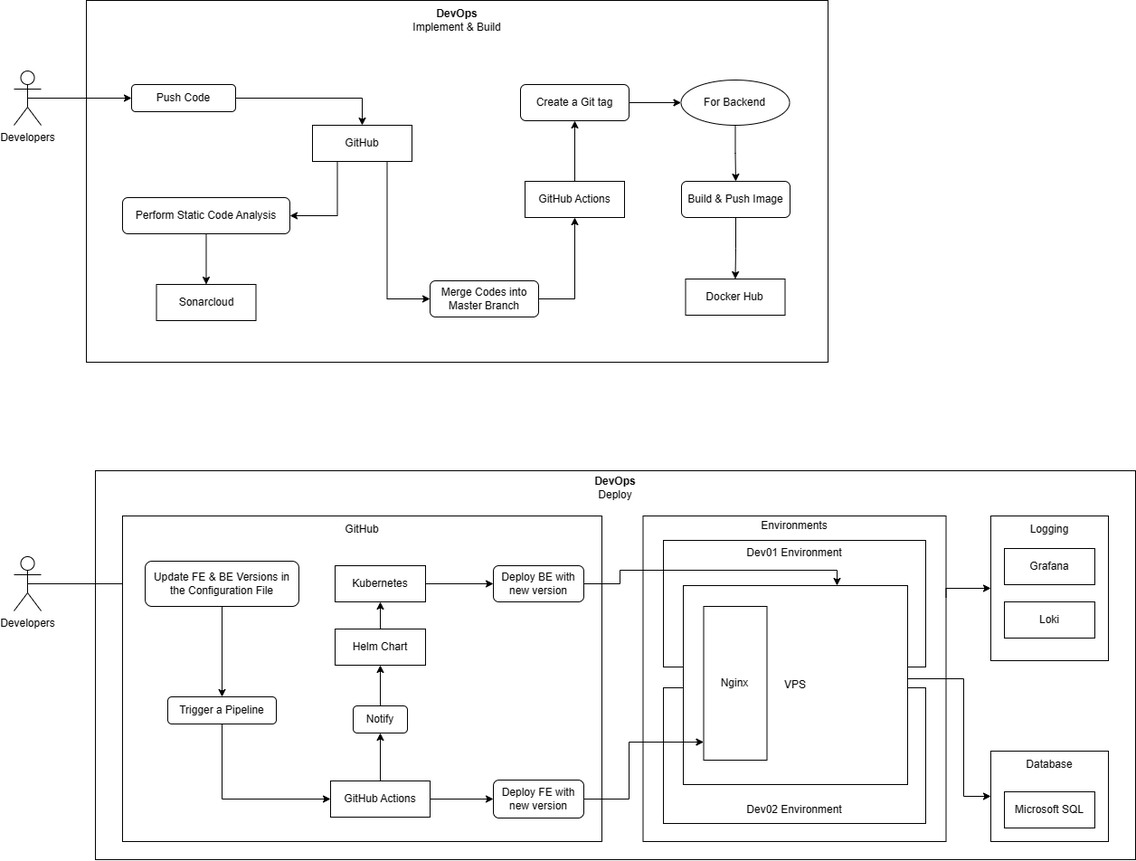
Earlier version of the draw.io export Report7/SDD/System-Design/System-Architecture/DevOps-T4-15.drawio.png (f-pms/Document). Source tidied: cells renumbered, new cells last; positions are measured from the earlier drawing's top-left corner, leaving out a move shared by most shapes.
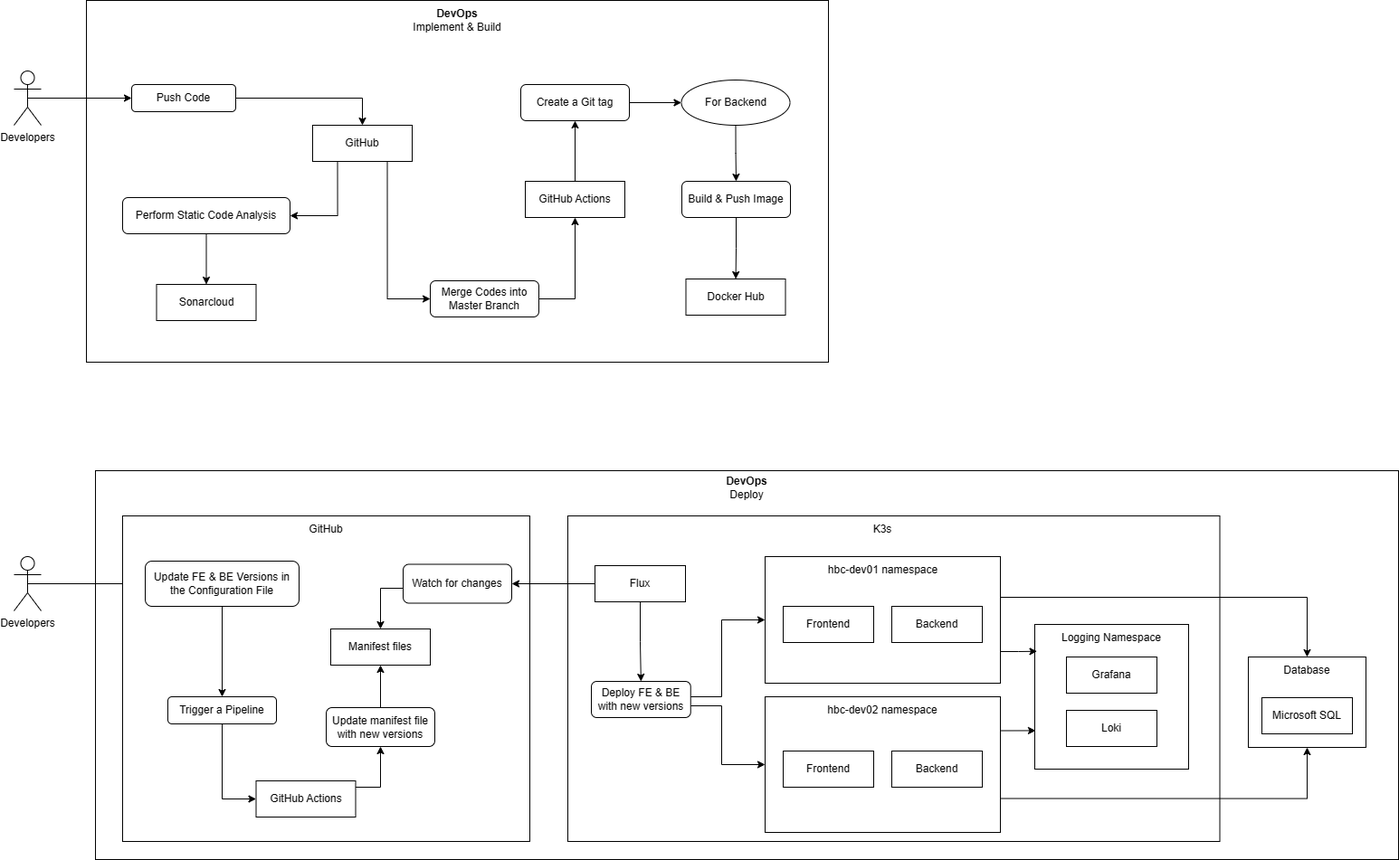
The same diagram one commit later.

Commit message:
update DevOps architecture diagram

Change to the diagram source:
```diff
@@ -6,10 +6,10 @@
       <mxGeometry x="80" width="820" height="400" as="geometry" />
     </mxCell>
     <mxCell id="3" style="rounded=0;whiteSpace=wrap;html=1;" parent="1" vertex="1">
-      <mxGeometry x="90" y="520" width="1150" height="430" as="geometry" />
+      <mxGeometry x="90" y="520" width="1440" height="430" as="geometry" />
     </mxCell>
     <mxCell id="4" value="&lt;b&gt;DevOps&lt;br&gt;&lt;/b&gt;&lt;div&gt;Deploy&lt;/div&gt;" style="text;html=1;align=center;verticalAlign=middle;whiteSpace=wrap;rounded=0;" parent="1" vertex="1">
-      <mxGeometry x="610" y="524" width="110" height="30" as="geometry" />
+      <mxGeometry x="755" y="524" width="110" height="30" as="geometry" />
     </mxCell>
     <mxCell id="5" style="edgeStyle=orthogonalEdgeStyle;rounded=0;jettySize=auto;html=1;exitX=0.5;exitY=0.5;exitDx=0;exitDy=0;exitPerimeter=0;" parent="1" edge="1" source="6" target="10">
       <mxGeometry relative="1" as="geometry" />
@@ -18,10 +18,10 @@
       <mxGeometry y="615" width="30" height="60" as="geometry" />
     </mxCell>
     <mxCell id="7" style="rounded=0;whiteSpace=wrap;html=1;" parent="1" vertex="1">
-      <mxGeometry x="120" y="570" width="530" height="360" as="geometry" />
+      <mxGeometry x="120" y="570" width="450" height="360" as="geometry" />
     </mxCell>
     <mxCell id="8" value="GitHub" style="text;html=1;align=center;verticalAlign=middle;whiteSpace=wrap;rounded=0;" parent="1" vertex="1">
-      <mxGeometry x="335" y="570" width="100" height="30" as="geometry" />
+      <mxGeometry x="295" y="570" width="100" height="30" as="geometry" />
     </mxCell>
     <mxCell id="9" style="edgeStyle=orthogonalEdgeStyle;rounded=0;jettySize=auto;html=1;entryX=0.5;entryY=0;entryDx=0;entryDy=0;" parent="1" edge="1" source="10" target="12">
       <mxGeometry relative="1" as="geometry" />
@@ -35,104 +35,81 @@
     <mxCell id="12" value="Trigger a Pipeline" style="rounded=1;whiteSpace=wrap;html=1;" parent="1" vertex="1">
       <mxGeometry x="170" y="770" width="120" height="30" as="geometry" />
     </mxCell>
-    <mxCell id="13" style="edgeStyle=orthogonalEdgeStyle;rounded=0;jettySize=auto;html=1;exitX=0.5;exitY=0;exitDx=0;exitDy=0;entryX=0.5;entryY=1;entryDx=0;entryDy=0;" parent="1" edge="1" source="15" target="18">
-      <mxGeometry relative="1" as="geometry" />
+    <mxCell id="13" style="edgeStyle=orthogonalEdgeStyle;rounded=0;jettySize=auto;html=1;entryX=0.5;entryY=1;entryDx=0;entryDy=0;" parent="1" edge="1" source="15" target="18">
+      <mxGeometry relative="1" as="geometry">
+        <Array as="points">
+          <mxPoint x="405" y="870" />
+        </Array>
+      </mxGeometry>
     </mxCell>
-    <mxCell id="14" style="edgeStyle=orthogonalEdgeStyle;rounded=0;jettySize=auto;html=1;exitX=1;exitY=0.5;exitDx=0;exitDy=0;entryX=0;entryY=0.5;entryDx=0;entryDy=0;" parent="1" edge="1" source="15" target="16">
-      <mxGeometry relative="1" as="geometry" />
-    </mxCell>
     <mxCell id="15" value="GitHub Actions" style="rounded=0;whiteSpace=wrap;html=1;" parent="1" vertex="1">
-      <mxGeometry x="350" y="863" width="110" height="40" as="geometry" />
+      <mxGeometry x="267.5" y="863" width="110" height="40" as="geometry" />
     </mxCell>
-    <mxCell id="16" value="Deploy FE with new version" style="rounded=1;whiteSpace=wrap;html=1;" parent="1" vertex="1">
-      <mxGeometry x="530" y="862" width="100" height="42" as="geometry" />
-    </mxCell>
-    <mxCell id="17" style="edgeStyle=orthogonalEdgeStyle;rounded=0;jettySize=auto;html=1;exitX=0.5;exitY=0;exitDx=0;exitDy=0;entryX=0.5;entryY=1;entryDx=0;entryDy=0;" parent="1" edge="1" source="18" target="20">
-      <mxGeometry relative="1" as="geometry" />
-    </mxCell>
+    <mxCell id="65" style="edgeStyle=orthogonalEdgeStyle;rounded=0;jettySize=auto;html=1;entryX=0.5;entryY=1;entryDx=0;entryDy=0;" parent="1" edge="1" source="18" target="69">
+      <mxGeometry relative="1" as="geometry" />
+    </mxCell>
-    <mxCell id="18" value="Notify" style="rounded=1;whiteSpace=wrap;html=1;" parent="1" vertex="1">
-      <mxGeometry x="375" y="780" width="60" height="30" as="geometry" />
+    <mxCell id="18" value="Update manifest file with new versions" style="rounded=1;whiteSpace=wrap;html=1;" parent="1" vertex="1">
+      <mxGeometry x="345" y="782" width="120" height="43" as="geometry" />
     </mxCell>
-    <mxCell id="19" style="edgeStyle=orthogonalEdgeStyle;rounded=0;jettySize=auto;html=1;exitX=0.5;exitY=0;exitDx=0;exitDy=0;entryX=0.5;entryY=1;entryDx=0;entryDy=0;" parent="1" edge="1" source="20" target="22">
-      <mxGeometry relative="1" as="geometry" />
-    </mxCell>
-    <mxCell id="20" value="Helm Chart" style="rounded=0;whiteSpace=wrap;html=1;" parent="1" vertex="1">
-      <mxGeometry x="355" y="695" width="100" height="40" as="geometry" />
-    </mxCell>
-    <mxCell id="21" style="edgeStyle=orthogonalEdgeStyle;rounded=0;jettySize=auto;html=1;exitX=1;exitY=0.5;exitDx=0;exitDy=0;entryX=0;entryY=0.5;entryDx=0;entryDy=0;" parent="1" edge="1" source="22" target="25">
-      <mxGeometry relative="1" as="geometry" />
-    </mxCell>
-    <mxCell id="22" value="Kubernetes" style="rounded=0;whiteSpace=wrap;html=1;" parent="1" vertex="1">
-      <mxGeometry x="355" y="625" width="100" height="40" as="geometry" />
-    </mxCell>
+    <mxCell id="66" style="edgeStyle=orthogonalEdgeStyle;rounded=0;jettySize=auto;html=1;exitX=1;exitY=0.75;exitDx=0;exitDy=0;entryX=0.5;entryY=1;entryDx=0;entryDy=0;" parent="1" edge="1" source="23" target="29">
+      <mxGeometry relative="1" as="geometry" />
+    </mxCell>
     <mxCell id="23" style="rounded=0;whiteSpace=wrap;html=1;fillColor=none;" parent="1" vertex="1">
-      <mxGeometry x="718" y="760" width="290" height="150" as="geometry" />
+      <mxGeometry x="830" y="770" width="260" height="150" as="geometry" />
     </mxCell>
-    <mxCell id="24" style="edgeStyle=orthogonalEdgeStyle;rounded=0;jettySize=auto;html=1;" parent="1" edge="1" source="25" target="39">
-      <mxGeometry relative="1" as="geometry">
-        <Array as="points">
-          <mxPoint x="670" y="645" />
-          <mxPoint x="670" y="630" />
-          <mxPoint x="910" y="630" />
-        </Array>
-      </mxGeometry>
-    </mxCell>
+    <mxCell id="67" style="edgeStyle=orthogonalEdgeStyle;rounded=0;jettySize=auto;html=1;entryX=0;entryY=0.5;entryDx=0;entryDy=0;" parent="1" edge="1" source="25" target="23">
+      <mxGeometry relative="1" as="geometry">
+        <Array as="points">
+          <mxPoint x="782" y="780" />
+          <mxPoint x="782" y="845" />
+        </Array>
+      </mxGeometry>
+    </mxCell>
-    <mxCell id="25" value="Deploy BE with new version" style="rounded=1;whiteSpace=wrap;html=1;" parent="1" vertex="1">
-      <mxGeometry x="530" y="625" width="100" height="40" as="geometry" />
+    <mxCell id="25" value="Deploy FE &amp;amp; BE with new versions" style="rounded=1;whiteSpace=wrap;html=1;" parent="1" vertex="1">
+      <mxGeometry x="638" y="753" width="109.8" height="40" as="geometry" />
     </mxCell>
+    <mxCell id="68" style="edgeStyle=orthogonalEdgeStyle;rounded=0;jettySize=auto;html=1;" parent="1" edge="1" source="26" target="29">
+      <mxGeometry relative="1" as="geometry">
+        <Array as="points">
+          <mxPoint x="1429" y="660" />
+        </Array>
+      </mxGeometry>
+    </mxCell>
     <mxCell id="26" style="rounded=0;whiteSpace=wrap;html=1;fillColor=none;" parent="1" vertex="1">
-      <mxGeometry x="718" y="597" width="290" height="140" as="geometry" />
+      <mxGeometry x="830" y="615" width="260" height="140" as="geometry" />
     </mxCell>
-    <mxCell id="27" value="Dev01 Environment" style="text;html=1;align=center;verticalAlign=middle;whiteSpace=wrap;rounded=0;" parent="1" vertex="1">
-      <mxGeometry x="808" y="596" width="110" height="30" as="geometry" />
+    <mxCell id="27" value="hbc-dev01 namespace" style="text;html=1;align=center;verticalAlign=middle;whiteSpace=wrap;rounded=0;" parent="1" vertex="1">
+      <mxGeometry x="892.5" y="615" width="135" height="30" as="geometry" />
     </mxCell>
-    <mxCell id="28" value="Dev02 Environment" style="text;html=1;align=center;verticalAlign=middle;whiteSpace=wrap;rounded=0;" parent="1" vertex="1">
-      <mxGeometry x="808" y="880" width="110" height="30" as="geometry" />
+    <mxCell id="28" value="hbc-dev02 namespace" style="text;html=1;align=center;verticalAlign=middle;whiteSpace=wrap;rounded=0;" parent="1" vertex="1">
+      <mxGeometry x="890" y="770" width="140" height="30" as="geometry" />
     </mxCell>
     <mxCell id="29" style="rounded=0;whiteSpace=wrap;html=1;" parent="1" vertex="1">
-      <mxGeometry x="1080" y="830" width="130" height="100" as="geometry" />
+      <mxGeometry x="1364" y="726" width="130" height="100" as="geometry" />
     </mxCell>
     <mxCell id="30" value="Database" style="text;html=1;align=center;verticalAlign=middle;whiteSpace=wrap;rounded=0;" parent="1" vertex="1">
-      <mxGeometry x="1090" y="830" width="110" height="30" as="geometry" />
+      <mxGeometry x="1374" y="726" width="110" height="30" as="geometry" />
     </mxCell>
     <mxCell id="31" value="Microsoft SQL" style="rounded=0;whiteSpace=wrap;html=1;" parent="1" vertex="1">
-      <mxGeometry x="1095" y="875" width="100" height="40" as="geometry" />
+      <mxGeometry x="1379" y="771" width="100" height="40" as="geometry" />
     </mxCell>
     <mxCell id="32" style="rounded=0;whiteSpace=wrap;html=1;" parent="1" vertex="1">
-      <mxGeometry x="1080" y="570" width="130" height="160" as="geometry" />
+      <mxGeometry x="1128" y="690" width="170" height="160" as="geometry" />
     </mxCell>
-    <mxCell id="33" value="Logging" style="text;html=1;align=center;verticalAlign=middle;whiteSpace=wrap;rounded=0;" parent="1" vertex="1">
-      <mxGeometry x="1090" y="570" width="110" height="30" as="geometry" />
+    <mxCell id="33" value="Logging Namespace" style="text;html=1;align=center;verticalAlign=middle;whiteSpace=wrap;rounded=0;" parent="1" vertex="1">
+      <mxGeometry x="1148" y="690" width="130" height="30" as="geometry" />
     </mxCell>
     <mxCell id="34" value="Grafana" style="rounded=0;whiteSpace=wrap;html=1;" parent="1" vertex="1">
-      <mxGeometry x="1095" y="606" width="100" height="40" as="geometry" />
+      <mxGeometry x="1163" y="726" width="100" height="40" as="geometry" />
     </mxCell>
     <mxCell id="35" value="Loki" style="rounded=0;whiteSpace=wrap;html=1;" parent="1" vertex="1">
-      <mxGeometry x="1095" y="665" width="100" height="40" as="geometry" />
+      <mxGeometry x="1163" y="785" width="100" height="40" as="geometry" />
     </mxCell>
-    <mxCell id="36" style="edgeStyle=orthogonalEdgeStyle;rounded=0;jettySize=auto;html=1;exitX=1;exitY=0.25;exitDx=0;exitDy=0;entryX=0;entryY=0.5;entryDx=0;entryDy=0;" parent="1" edge="1" source="37" target="32">
-      <mxGeometry relative="1" as="geometry">
-        <Array as="points">
-          <mxPoint x="1031" y="650" />
-        </Array>
-      </mxGeometry>
-    </mxCell>
     <mxCell id="37" style="rounded=0;whiteSpace=wrap;html=1;fillColor=none;" parent="1" vertex="1">
-      <mxGeometry x="695.5" y="570" width="335" height="360" as="geometry" />
+      <mxGeometry x="612" y="570" width="720.5" height="360" as="geometry" />
     </mxCell>
-    <mxCell id="38" style="edgeStyle=orthogonalEdgeStyle;rounded=0;jettySize=auto;html=1;" parent="1" edge="1" source="39" target="29">
-      <mxGeometry relative="1" as="geometry">
-        <Array as="points">
-          <mxPoint x="1050" y="750" />
-          <mxPoint x="1050" y="880" />
-        </Array>
-      </mxGeometry>
-    </mxCell>
-    <mxCell id="39" value="VPS" style="rounded=0;whiteSpace=wrap;html=1;" parent="1" vertex="1">
-      <mxGeometry x="740" y="647" width="248" height="220" as="geometry" />
-    </mxCell>
-    <mxCell id="40" value="Environments" style="text;html=1;align=center;verticalAlign=middle;whiteSpace=wrap;rounded=0;" parent="1" vertex="1">
-      <mxGeometry x="808" y="566" width="110" height="30" as="geometry" />
+    <mxCell id="40" value="K3s" style="text;html=1;align=center;verticalAlign=middle;whiteSpace=wrap;rounded=0;" parent="1" vertex="1">
+      <mxGeometry x="905" y="570" width="110" height="30" as="geometry" />
     </mxCell>
     <mxCell id="41" style="edgeStyle=orthogonalEdgeStyle;rounded=0;jettySize=auto;html=1;exitX=0.5;exitY=0.5;exitDx=0;exitDy=0;exitPerimeter=0;entryX=0;entryY=0.5;entryDx=0;entryDy=0;" parent="1" edge="1" source="42" target="45">
       <mxGeometry relative="1" as="geometry" />
@@ -200,16 +177,53 @@
     <mxCell id="62" value="Docker Hub" style="rounded=0;whiteSpace=wrap;html=1;" parent="1" vertex="1">
       <mxGeometry x="742.5" y="308" width="110" height="40" as="geometry" />
     </mxCell>
-    <mxCell id="63" value="Nginx" style="rounded=0;whiteSpace=wrap;html=1;" parent="1" vertex="1">
-      <mxGeometry x="762.5" y="670" width="70" height="170" as="geometry" />
-    </mxCell>
-    <mxCell id="64" style="edgeStyle=orthogonalEdgeStyle;rounded=0;jettySize=auto;html=1;" parent="1" edge="1" source="16" target="63">
-      <mxGeometry relative="1" as="geometry">
-        <Array as="points">
-          <mxPoint x="680" y="883" />
-          <mxPoint x="680" y="820" />
-        </Array>
-      </mxGeometry>
-    </mxCell>
+    <mxCell id="69" value="Manifest files" style="rounded=0;whiteSpace=wrap;html=1;" parent="1" vertex="1">
+      <mxGeometry x="350" y="695" width="110" height="40" as="geometry" />
+    </mxCell>
+    <mxCell id="70" style="edgeStyle=orthogonalEdgeStyle;rounded=0;jettySize=auto;html=1;entryX=0.5;entryY=0;entryDx=0;entryDy=0;" parent="1" edge="1" source="71" target="69">
+      <mxGeometry relative="1" as="geometry">
+        <Array as="points">
+          <mxPoint x="405" y="650" />
+        </Array>
+      </mxGeometry>
+    </mxCell>
+    <mxCell id="71" value="Watch for changes" style="rounded=1;whiteSpace=wrap;html=1;" parent="1" vertex="1">
+      <mxGeometry x="430" y="623.5" width="120" height="43" as="geometry" />
+    </mxCell>
+    <mxCell id="72" style="edgeStyle=orthogonalEdgeStyle;rounded=0;jettySize=auto;html=1;entryX=0;entryY=0.5;entryDx=0;entryDy=0;" parent="1" edge="1" source="25" target="26">
+      <mxGeometry relative="1" as="geometry">
+        <Array as="points">
+          <mxPoint x="782" y="770" />
+          <mxPoint x="782" y="685" />
+        </Array>
+      </mxGeometry>
+    </mxCell>
+    <mxCell id="73" style="edgeStyle=orthogonalEdgeStyle;rounded=0;jettySize=auto;html=1;" parent="1" edge="1" source="20" target="71">
+      <mxGeometry relative="1" as="geometry" />
+    </mxCell>
+    <mxCell id="74" style="edgeStyle=orthogonalEdgeStyle;rounded=0;jettySize=auto;html=1;" parent="1" edge="1" source="20" target="25">
+      <mxGeometry relative="1" as="geometry" />
+    </mxCell>
+    <mxCell id="20" value="Flux" style="rounded=0;whiteSpace=wrap;html=1;" parent="1" vertex="1">
+      <mxGeometry x="642" y="625" width="100" height="40" as="geometry" />
+    </mxCell>
+    <mxCell id="75" value="Frontend" style="rounded=0;whiteSpace=wrap;html=1;" parent="1" vertex="1">
+      <mxGeometry x="850" y="670" width="100" height="40" as="geometry" />
+    </mxCell>
+    <mxCell id="76" value="Backend" style="rounded=0;whiteSpace=wrap;html=1;" parent="1" vertex="1">
+      <mxGeometry x="970" y="670" width="100" height="40" as="geometry" />
+    </mxCell>
+    <mxCell id="77" value="Frontend" style="rounded=0;whiteSpace=wrap;html=1;" parent="1" vertex="1">
+      <mxGeometry x="850" y="830" width="100" height="40" as="geometry" />
+    </mxCell>
+    <mxCell id="78" value="Backend" style="rounded=0;whiteSpace=wrap;html=1;" parent="1" vertex="1">
+      <mxGeometry x="970" y="830" width="100" height="40" as="geometry" />
+    </mxCell>
+    <mxCell id="79" style="edgeStyle=orthogonalEdgeStyle;rounded=0;jettySize=auto;html=1;exitX=1;exitY=0.75;exitDx=0;exitDy=0;entryX=0.015;entryY=0.186;entryDx=0;entryDy=0;entryPerimeter=0;" parent="1" edge="1" source="26" target="32">
+      <mxGeometry relative="1" as="geometry" />
+    </mxCell>
+    <mxCell id="80" style="edgeStyle=orthogonalEdgeStyle;rounded=0;jettySize=auto;html=1;exitX=1;exitY=0.25;exitDx=0;exitDy=0;entryX=0.006;entryY=0.739;entryDx=0;entryDy=0;entryPerimeter=0;" parent="1" edge="1" source="23" target="32">
+      <mxGeometry relative="1" as="geometry" />
+    </mxCell>
   </root>
 </mxGraphModel>
```
